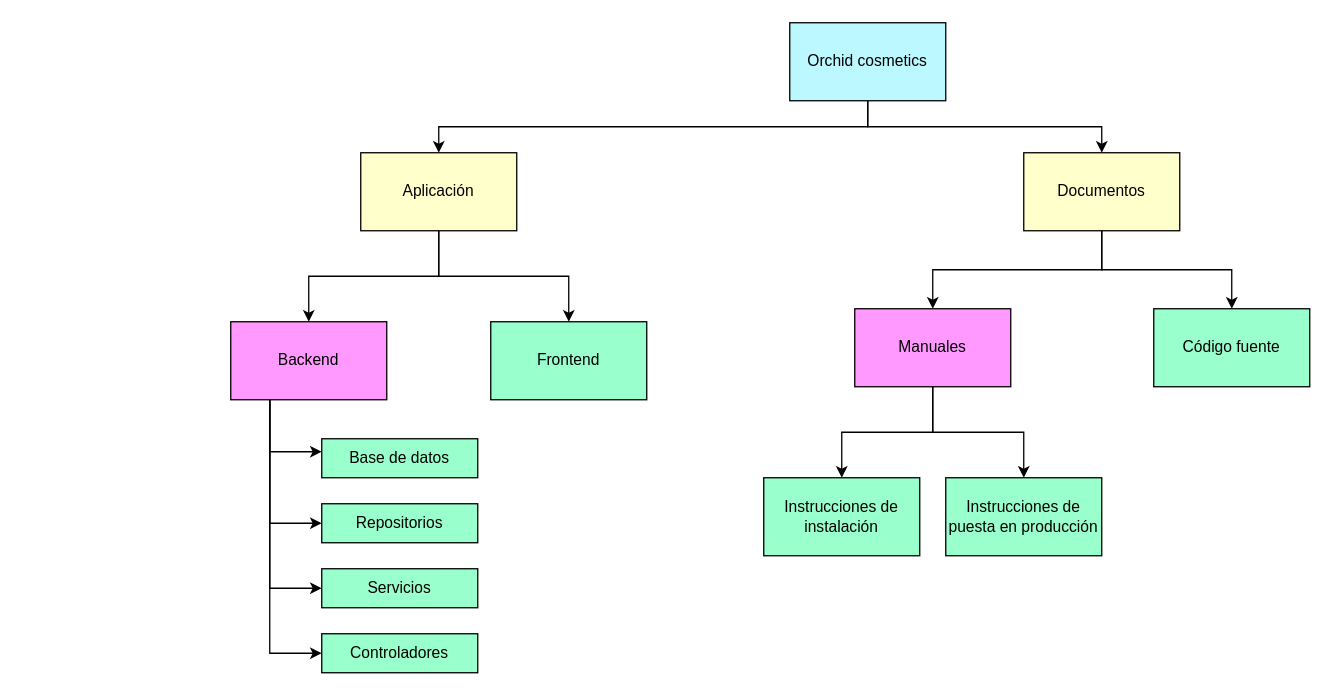
This is wip/semana 3/EDT.drawio from PepeCoral/orchid-cosmetics, a draw.io file, before an edit. Source tidied: cells renumbered, new cells numbered last; positions are measured from the earlier drawing's top-left corner, leaving out a move shared by most shapes. Both pictures are drawn from the tidied source at 130%, with x=0, y=0 at pixel (230, 22).
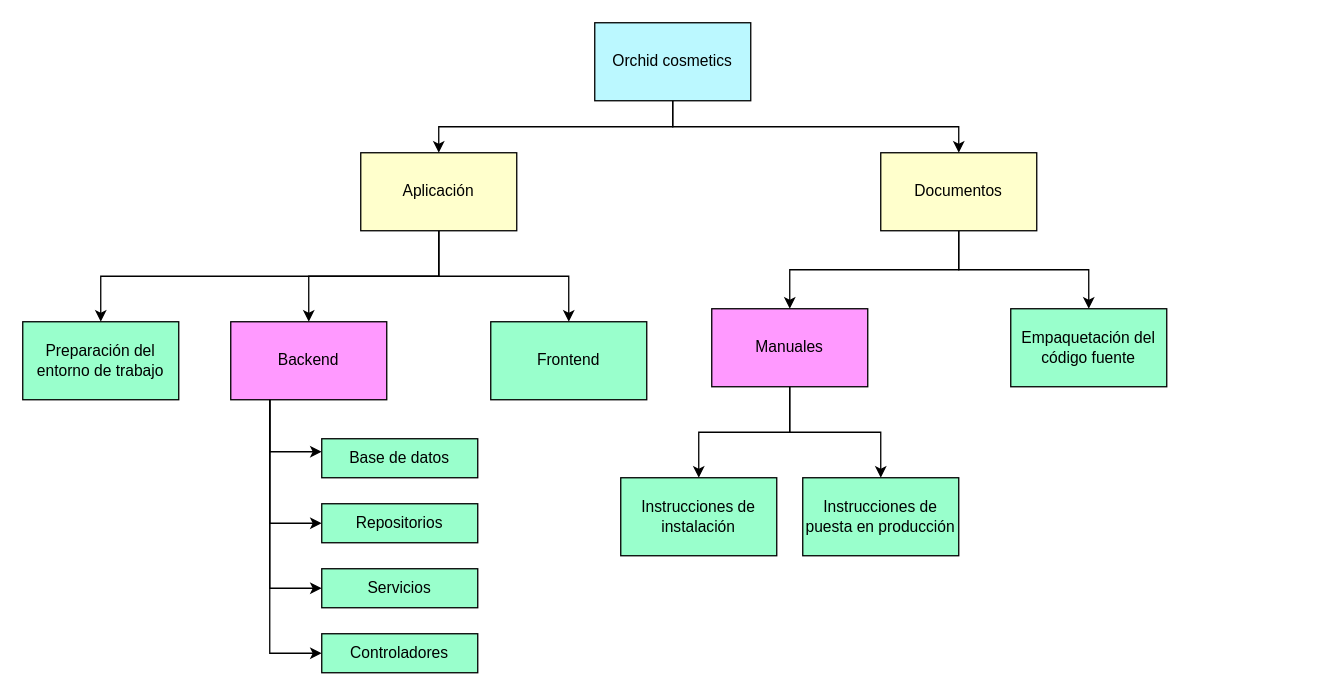
After the change.

Commit message (it also covers changes not shown here):
docs: :memo: Añadido paquete preparación del entorno a la EDT

Unchanged cells that the change refers to:
```xml
<mxCell id="7" value="Aplicación" style="rounded=0;whiteSpace=wrap;html=1;fillColor=#FFFFCC;" parent="1" vertex="1">
  <mxGeometry x="100" y="100" width="120" height="60" as="geometry" />
</mxCell>
```

The edit, as a diff of the source:
```diff
@@
     <mxCell id="3" style="edgeStyle=orthogonalEdgeStyle;rounded=0;jettySize=auto;html=1;" parent="1" edge="1" source="4" target="22">
       <mxGeometry relative="1" as="geometry">
         <Array as="points">
-          <mxPoint x="490" y="80" />
-          <mxPoint x="670" y="80" />
+          <mxPoint x="340" y="80" />
+          <mxPoint x="560" y="80" />
         </Array>
       </mxGeometry>
     </mxCell>
     <mxCell id="4" value="Orchid cosmetics" style="rounded=0;whiteSpace=wrap;html=1;fillColor=#BBF8FF;" parent="1" vertex="1">
-      <mxGeometry x="430" width="120" height="60" as="geometry" />
+      <mxGeometry x="280" width="120" height="60" as="geometry" />
     </mxCell>
@@
+    <mxCell id="27" style="edgeStyle=orthogonalEdgeStyle;rounded=0;jettySize=auto;html=1;exitX=0.5;exitY=1;exitDx=0;exitDy=0;" parent="1" edge="1" source="7" target="28">
+      <mxGeometry relative="1" as="geometry" />
+    </mxCell>
@@
     <mxCell id="10" value="Manuales" style="rounded=0;whiteSpace=wrap;html=1;fillColor=#FF99FF;" parent="1" vertex="1">
-      <mxGeometry x="480" y="220" width="120" height="60" as="geometry" />
+      <mxGeometry x="370" y="220" width="120" height="60" as="geometry" />
     </mxCell>
-    <mxCell id="11" value="Código fuente" style="rounded=0;whiteSpace=wrap;html=1;fillColor=#99FFCC;" parent="1" vertex="1">
-      <mxGeometry x="710" y="220" width="120" height="60" as="geometry" />
+    <mxCell id="11" value="Empaquetación del código fuente" style="rounded=0;whiteSpace=wrap;html=1;fillColor=#99FFCC;" parent="1" vertex="1">
+      <mxGeometry x="600" y="220" width="120" height="60" as="geometry" />
     </mxCell>
     <mxCell id="12" value="Instrucciones de instalación" style="rounded=0;whiteSpace=wrap;html=1;fillColor=#99FFCC;" parent="1" vertex="1">
-      <mxGeometry x="410" y="350" width="120" height="60" as="geometry" />
+      <mxGeometry x="300" y="350" width="120" height="60" as="geometry" />
     </mxCell>
     <mxCell id="13" value="Instrucciones de puesta en producción" style="rounded=0;whiteSpace=wrap;html=1;fillColor=#99FFCC;" parent="1" vertex="1">
-      <mxGeometry x="550" y="350" width="120" height="60" as="geometry" />
+      <mxGeometry x="440" y="350" width="120" height="60" as="geometry" />
     </mxCell>
@@
     <mxCell id="22" value="Documentos" style="rounded=0;whiteSpace=wrap;html=1;fillColor=#FFFFCC;" parent="1" vertex="1">
-      <mxGeometry x="610" y="100" width="120" height="60" as="geometry" />
+      <mxGeometry x="500" y="100" width="120" height="60" as="geometry" />
     </mxCell>
@@
+    <mxCell id="28" value="Preparación del entorno de trabajo" style="rounded=0;whiteSpace=wrap;html=1;fillColor=#99FFCC;" parent="1" vertex="1">
+      <mxGeometry x="-160" y="230" width="120" height="60" as="geometry" />
+    </mxCell>
```
